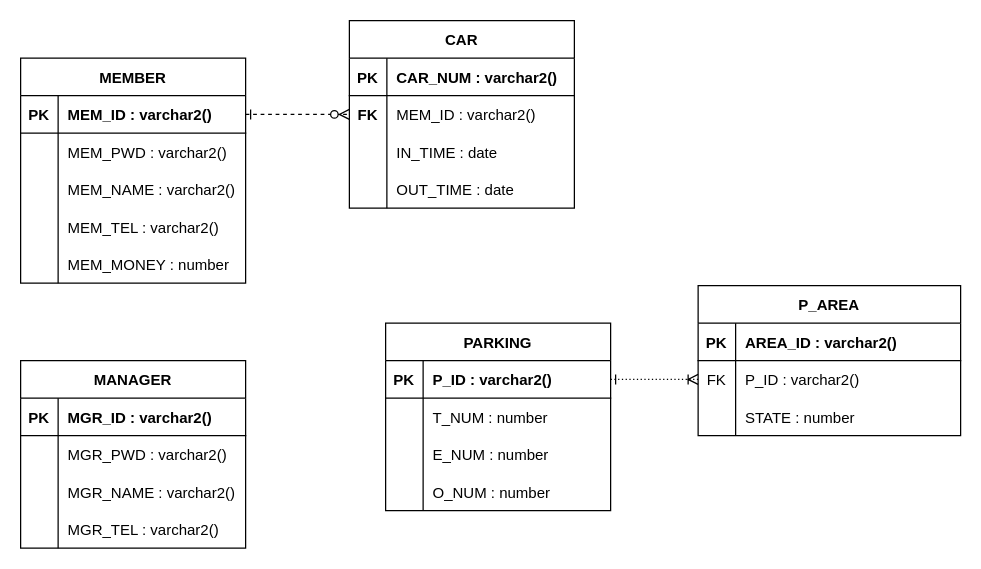
Earlier version of the draw.io diagram page "ERD" (2 of 3) of docs/Diagram.drawio (4rangKim/FinalProject). Source tidied: cells renumbered, new cells numbered last; positions are measured from the earlier drawing's top-left corner, leaving out a move shared by most shapes. Both pictures are drawn from the tidied source at 125%, with x=0, y=0 at pixel (20, 20).
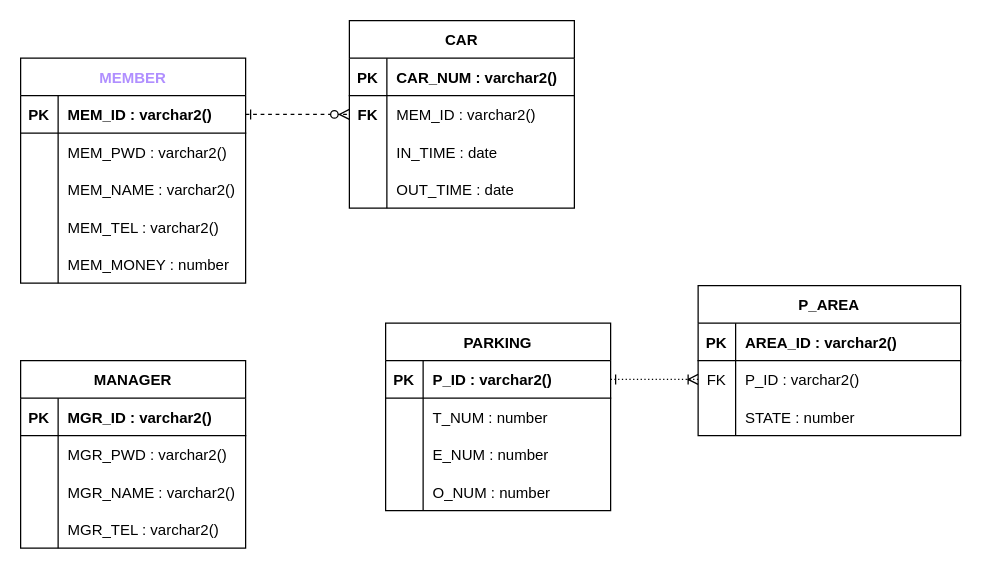
After the change.

Diff of the diagram source:
```diff
@@
-    <mxCell id="15" value="MEMBER" style="shape=table;startSize=30;childLayout=tableLayout;rowLines=0;fontStyle=1;align=center;" parent="1" vertex="1">
+    <mxCell id="15" value="MEMBER" style="shape=table;startSize=30;childLayout=tableLayout;rowLines=0;fontStyle=1;align=center;fontColor=#B08FFF;" parent="1" vertex="1">
       <mxGeometry y="30" width="180" height="180" as="geometry" />
     </mxCell>
```
